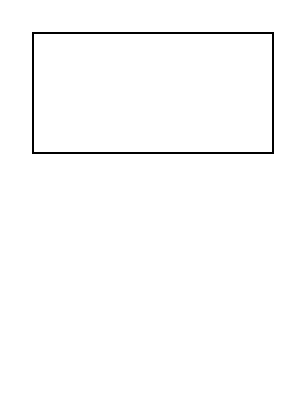
Before: Untitled Diagram.drawio in 2018liuyan/one, a draw.io diagram. Source tidied: cells renumbered, new cells numbered last; positions are measured from the earlier drawing's top-left corner, leaving out a move shared by most shapes. Both pictures are drawn from the tidied source at 200%, with x=0, y=0 at pixel (32, 32).
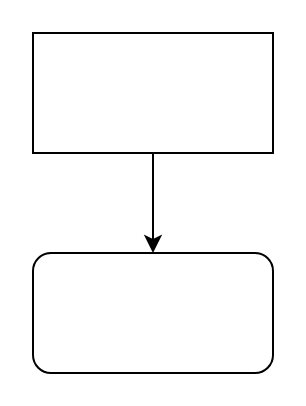
The same page after the edit.

The edit, as a diff of the source:
```diff
@@
 <mxGraphModel>
   <root>
     <mxCell id="0" />
     <mxCell id="1" parent="0" />
+    <mxCell id="3" style="edgeStyle=none;rounded=0;jettySize=auto;html=1;exitX=0.5;exitY=1;exitDx=0;exitDy=0;" parent="1" edge="1" source="2" target="4">
+      <mxGeometry relative="1" as="geometry" />
+    </mxCell>
     <mxCell id="2" style="rounded=0;whiteSpace=wrap;html=1;" parent="1" vertex="1">
       <mxGeometry width="120" height="60" as="geometry" />
     </mxCell>
+    <mxCell id="4" style="rounded=1;whiteSpace=wrap;html=1;" parent="1" vertex="1">
+      <mxGeometry y="110" width="120" height="60" as="geometry" />
+    </mxCell>
   </root>
 </mxGraphModel>
```
